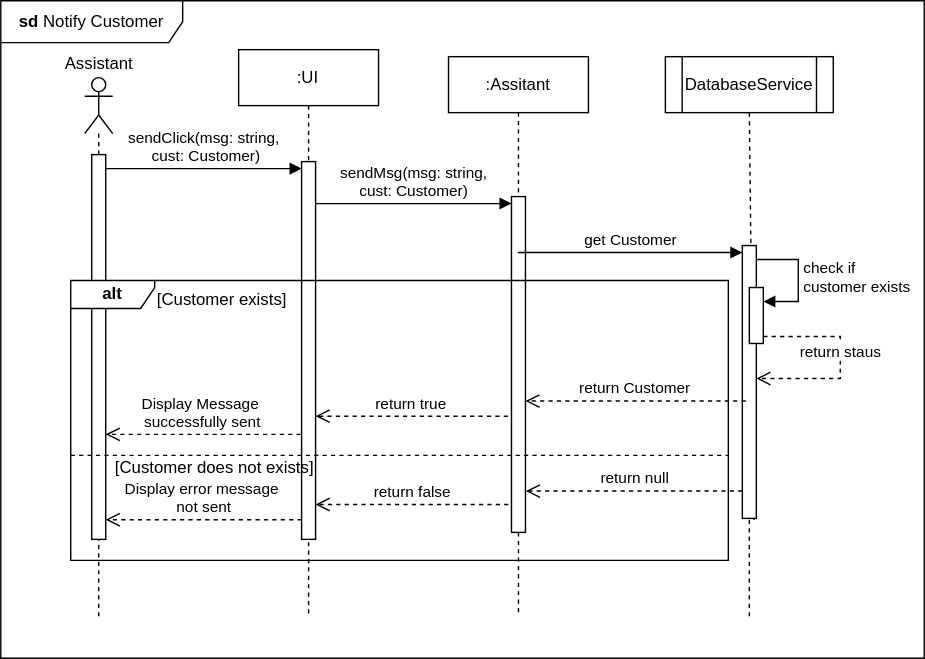
This is Notify Customer ISD.svg from Simamkele88/IFM3_GP, a draw.io export, as it was before one commit. Source tidied: cells renumbered, new cells last; positions are measured from the earlier drawing's top-left corner, leaving out a move shared by most shapes.
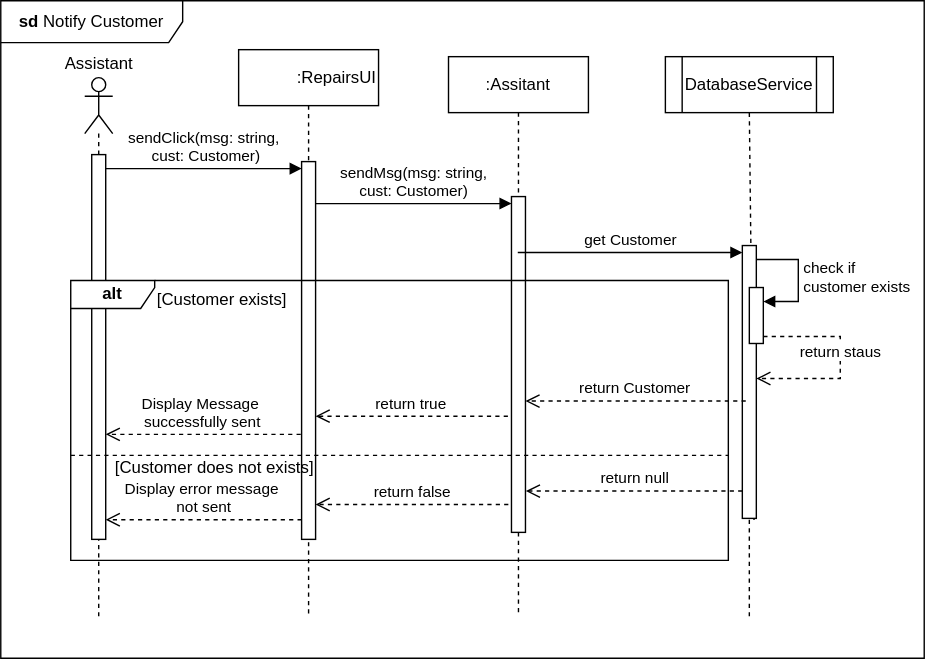
The same file after the commit.

What changed in the source:
```diff
@@ -20,7 +20,7 @@
     <mxCell id="7" value="Display Message&amp;nbsp;&lt;div&gt;successfully sent&lt;/div&gt;" style="html=1;verticalAlign=bottom;endArrow=open;dashed=1;endSize=8;curved=0;rounded=0;exitX=-0.06;exitY=0.722;exitDx=0;exitDy=0;exitPerimeter=0;" parent="1" edge="1" source="9" target="4">
       <mxGeometry relative="1" as="geometry" />
     </mxCell>
-    <mxCell id="8" value="&lt;blockquote style=&quot;margin: 0 0 0 40px; border: none; padding: 0px;&quot;&gt;:UI&lt;/blockquote&gt;" style="shape=umlLifeline;perimeter=lifelinePerimeter;whiteSpace=wrap;html=1;newEdgeStyle={&quot;edgeStyle&quot;:&quot;elbowEdgeStyle&quot;,&quot;elbow&quot;:&quot;vertical&quot;,&quot;curved&quot;:0,&quot;rounded&quot;:0};align=left;" parent="1" vertex="1">
+    <mxCell id="8" value="&lt;blockquote style=&quot;margin: 0 0 0 40px; border: none; padding: 0px;&quot;&gt;:RepairsUI&lt;/blockquote&gt;" style="shape=umlLifeline;perimeter=lifelinePerimeter;whiteSpace=wrap;html=1;newEdgeStyle={&quot;edgeStyle&quot;:&quot;elbowEdgeStyle&quot;,&quot;elbow&quot;:&quot;vertical&quot;,&quot;curved&quot;:0,&quot;rounded&quot;:0};align=left;" parent="1" vertex="1">
       <mxGeometry x="170" y="35" width="100" height="405" as="geometry" />
     </mxCell>
     <mxCell id="9" style="html=1;points=[[0,0,0,0,5],[0,1,0,0,-5],[1,0,0,0,5],[1,1,0,0,-5]];perimeter=orthogonalPerimeter;outlineConnect=0;targetShapes=umlLifeline;portConstraint=eastwest;newEdgeStyle={&quot;curved&quot;:0,&quot;rounded&quot;:0};" parent="8" vertex="1">
```
